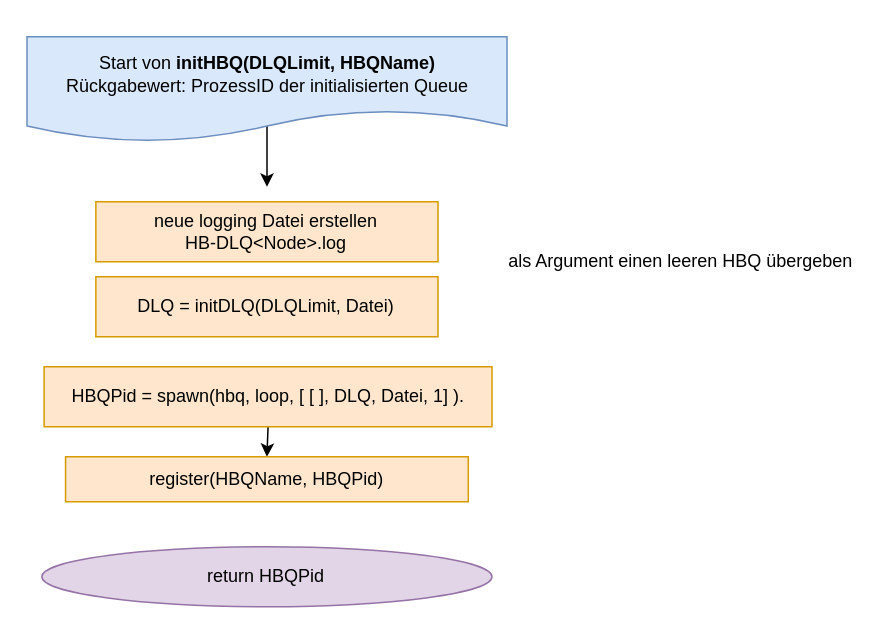
krisschaaf/Hausarbeit_Erlang_Queues keeps this draw.io diagram as Grafiken:Bilder/draw.io/HBQ/1. initHBQ.drawio. Above is the earlier version. Source tidied: cells renumbered, new cells numbered last; positions are measured from the earlier drawing's top-left corner, leaving out a move shared by most shapes. Both pictures are drawn from the tidied source at 150%, with x=0, y=0 at pixel (26, 36).
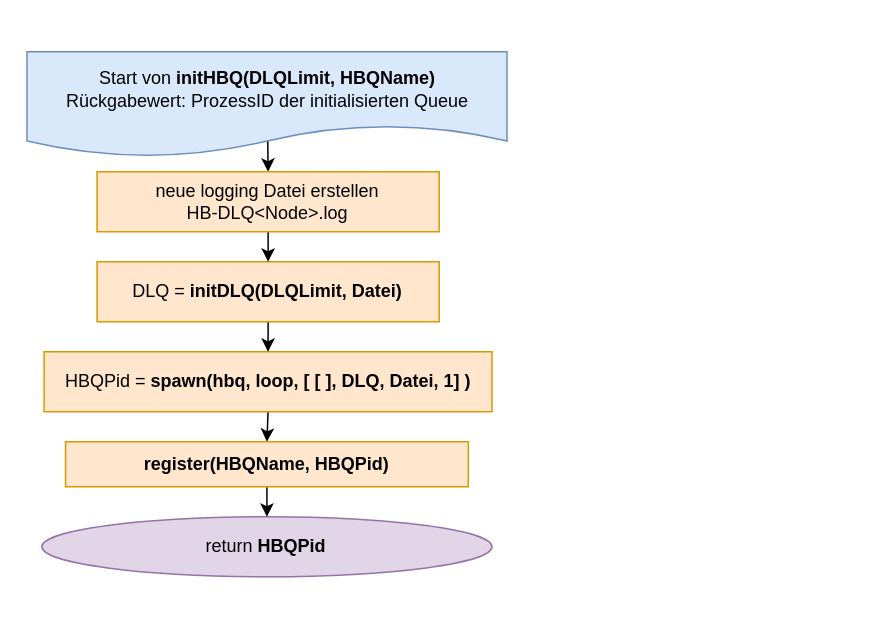
After the change.

Diff of the diagram source:
```diff
@@
 <mxGraphModel>
   <root>
     <mxCell id="0" />
     <mxCell id="1" parent="0" />
-    <mxCell id="2" style="edgeStyle=orthogonalEdgeStyle;rounded=0;jettySize=auto;html=1;exitX=0.5;exitY=0;exitDx=0;exitDy=0;" parent="1" edge="1" source="3">
+    <mxCell id="2" style="edgeStyle=orthogonalEdgeStyle;rounded=0;jettySize=auto;html=1;exitX=0.5;exitY=0;exitDx=0;exitDy=0;entryX=0.5;entryY=0;entryDx=0;entryDy=0;" parent="1" edge="1" source="3" target="10">
       <mxGeometry relative="1" as="geometry">
-        <mxPoint x="160.5" y="100" as="targetPoint" />
         <Array as="points">
-          <mxPoint x="160.6" y="20" />
-          <mxPoint x="160.6" y="20" />
+          <mxPoint x="161" y="20" />
         </Array>
       </mxGeometry>
     </mxCell>
     <mxCell id="3" value="Start von &lt;b&gt;initHBQ(DLQLimit, HBQName)&lt;/b&gt;&lt;br&gt;Rückgabewert: ProzessID der initialisierten Queue" style="shape=document;whiteSpace=wrap;html=1;boundedLbl=1;fillColor=#dae8fc;strokeColor=#6c8ebf;" parent="1" vertex="1">
-      <mxGeometry x="0.5" width="320" height="70" as="geometry" />
+      <mxGeometry x="0.5" y="10" width="320" height="70" as="geometry" />
     </mxCell>
-    <mxCell id="4" value="return HBQPid" style="ellipse;whiteSpace=wrap;html=1;rounded=0;fillColor=#e1d5e7;strokeColor=#9673a6;" parent="1" vertex="1">
-      <mxGeometry x="10.4" y="340" width="300.1" height="40" as="geometry" />
+    <mxCell id="4" value="return &lt;b&gt;HBQPid&lt;/b&gt;" style="ellipse;whiteSpace=wrap;html=1;rounded=0;fillColor=#e1d5e7;strokeColor=#9673a6;" parent="1" vertex="1">
+      <mxGeometry x="10.4" y="320" width="300.1" height="40" as="geometry" />
     </mxCell>
     <mxCell id="5" style="edgeStyle=orthogonalEdgeStyle;rounded=0;jettySize=auto;html=1;exitX=0.5;exitY=1;exitDx=0;exitDy=0;entryX=0.5;entryY=0;entryDx=0;entryDy=0;" parent="1" edge="1" source="6" target="7">
       <mxGeometry relative="1" as="geometry" />
     </mxCell>
-    <mxCell id="6" value="HBQPid =&amp;nbsp;spawn(hbq, loop, [ [ ], DLQ, Datei, 1] )." style="rounded=0;whiteSpace=wrap;html=1;fillColor=#ffe6cc;strokeColor=#d79b00;" parent="1" vertex="1">
-      <mxGeometry x="11.9" y="220" width="298.6" height="40" as="geometry" />
+    <mxCell id="6" value="HBQPid =&amp;nbsp;&lt;b&gt;spawn(hbq, loop, [ [ ], DLQ, Datei, 1] )&lt;/b&gt;" style="rounded=0;whiteSpace=wrap;html=1;fillColor=#ffe6cc;strokeColor=#d79b00;" parent="1" vertex="1">
+      <mxGeometry x="11.9" y="210" width="298.6" height="40" as="geometry" />
     </mxCell>
+    <mxCell id="11" style="edgeStyle=orthogonalEdgeStyle;rounded=0;jettySize=auto;html=1;exitX=0.5;exitY=1;exitDx=0;exitDy=0;entryX=0.5;entryY=0;entryDx=0;entryDy=0;" parent="1" edge="1" source="7" target="4">
+      <mxGeometry relative="1" as="geometry" />
+    </mxCell>
-    <mxCell id="7" value="register(HBQName, HBQPid)" style="rounded=0;whiteSpace=wrap;html=1;fillColor=#ffe6cc;strokeColor=#d79b00;" parent="1" vertex="1">
-      <mxGeometry x="26.2" y="280" width="268.5" height="30" as="geometry" />
+    <mxCell id="7" value="&lt;b&gt;register(HBQName, HBQPid)&lt;/b&gt;" style="rounded=0;whiteSpace=wrap;html=1;fillColor=#ffe6cc;strokeColor=#d79b00;" parent="1" vertex="1">
+      <mxGeometry x="26.2" y="270" width="268.5" height="30" as="geometry" />
     </mxCell>
-    <mxCell id="8" value="als Argument einen leeren HBQ übergeben" style="text;html=1;align=center;verticalAlign=middle;strokeColor=none;fillColor=none;" parent="1" vertex="1">
-      <mxGeometry x="310.5" y="140" width="250" height="20" as="geometry" />
-    </mxCell>
+    <mxCell id="12" style="edgeStyle=orthogonalEdgeStyle;rounded=0;jettySize=auto;html=1;exitX=0.5;exitY=1;exitDx=0;exitDy=0;entryX=0.5;entryY=0;entryDx=0;entryDy=0;" parent="1" edge="1" source="9" target="6">
+      <mxGeometry relative="1" as="geometry" />
+    </mxCell>
-    <mxCell id="9" value="DLQ = initDLQ(DLQLimit, Datei)" style="rounded=0;whiteSpace=wrap;html=1;fillColor=#ffe6cc;strokeColor=#d79b00;" parent="1" vertex="1">
-      <mxGeometry x="46.4" y="160" width="228.1" height="40" as="geometry" />
+    <mxCell id="9" value="DLQ = &lt;b&gt;initDLQ(DLQLimit, Datei)&lt;/b&gt;" style="rounded=0;whiteSpace=wrap;html=1;fillColor=#ffe6cc;strokeColor=#d79b00;" parent="1" vertex="1">
+      <mxGeometry x="47.2" y="150" width="228.1" height="40" as="geometry" />
     </mxCell>
+    <mxCell id="13" style="edgeStyle=orthogonalEdgeStyle;rounded=0;jettySize=auto;html=1;exitX=0.5;exitY=1;exitDx=0;exitDy=0;entryX=0.5;entryY=0;entryDx=0;entryDy=0;" parent="1" edge="1" source="10" target="9">
+      <mxGeometry relative="1" as="geometry" />
+    </mxCell>
     <mxCell id="10" value="neue logging Datei erstellen&lt;br&gt;HB-DLQ&amp;lt;Node&amp;gt;.log" style="rounded=0;whiteSpace=wrap;html=1;fillColor=#ffe6cc;strokeColor=#d79b00;" parent="1" vertex="1">
-      <mxGeometry x="46.4" y="110" width="228.1" height="40" as="geometry" />
+      <mxGeometry x="47.2" y="90" width="228.1" height="40" as="geometry" />
     </mxCell>
   </root>
 </mxGraphModel>
```
